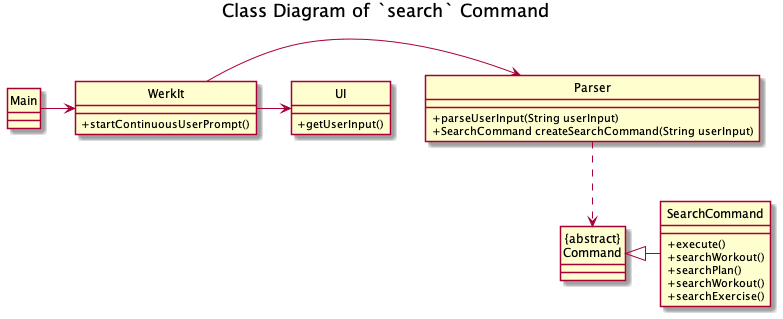
nus-cs2113-AY2122S2/tp keeps this PlantUML diagram as docs/uml/classDiagrams/images/SearchClass.png. Above is the earlier version.
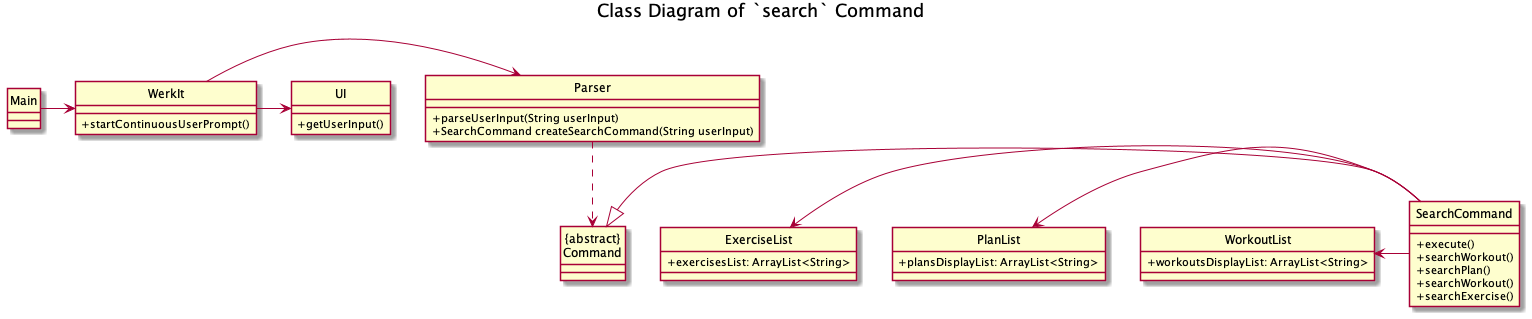
Later version of the same file.

Commit message:
Update class diagram for search in DG

Change to the diagram source:
```diff
@@ -1,18 +1,22 @@
 @startuml
 hide circle
+
 skinparam classAttributeIconSize 0
+
 title Class Diagram of `search` Command
+
 Main -> WerkIt
 WerkIt -> Parser
 WerkIt -> UI
 "{abstract}\nCommand" <|- SearchCommand
+ExerciseList <- SearchCommand
+PlanList <- SearchCommand
+WorkoutList <- SearchCommand
+Parser ..> "{abstract}\nCommand"
 
-
-Parser ..> "{abstract}\nCommand"
 class WerkIt {
 + startContinuousUserPrompt()
 }
-
 
 class Main {
 
@@ -35,5 +39,16 @@
 + SearchCommand createSearchCommand(String userInput)
 }
 
+class ExerciseList {
++ exercisesList: ArrayList<String>
+}
+
+class WorkoutList {
++ workoutsDisplayList: ArrayList<String>
+}
+
+class PlanList {
++ plansDisplayList: ArrayList<String>
+}
 
 @enduml
```
